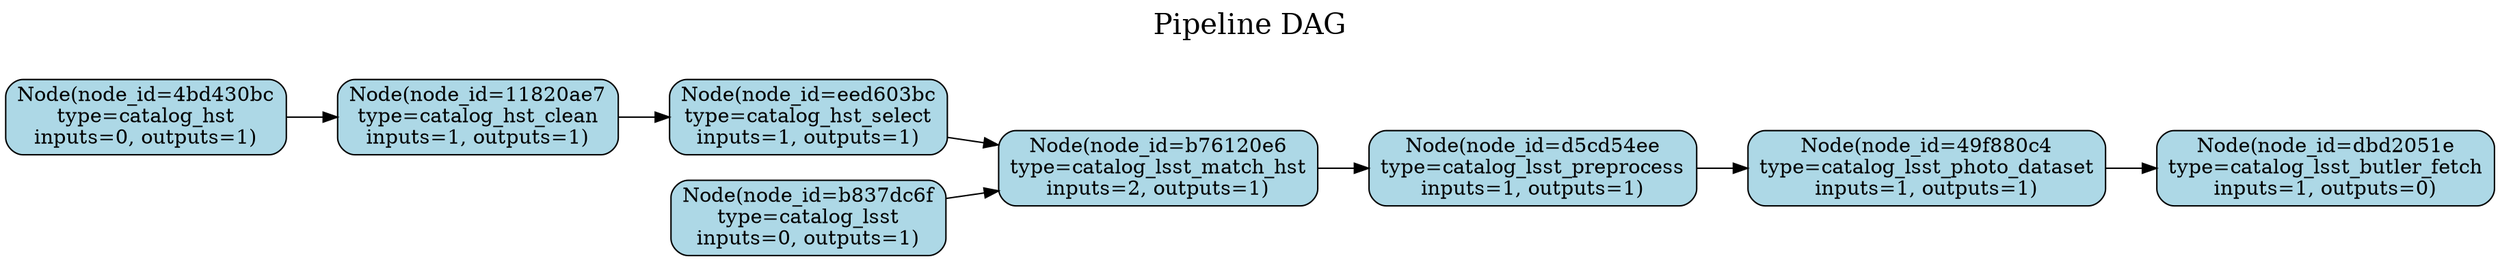
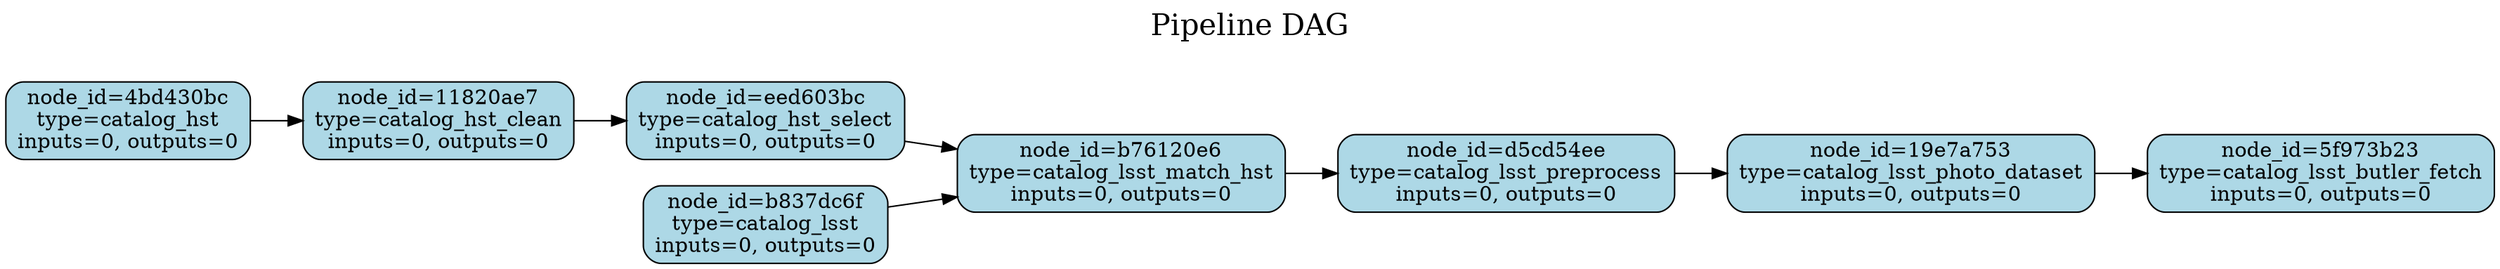
// Pipeline DAG
digraph {
	fontsize=20 label="Pipeline DAG
 " labelloc=t
	rankdir=LR
	node [fillcolor=lightblue shape=box style="filled,rounded"]
- 	"4bd430bc" [label="Node(node_id=4bd430bc
+ 	"4bd430bc" [label="node_id=4bd430bc
type=catalog_hst
- inputs=0, outputs=1)"]
- 	"11820ae7" [label="Node(node_id=11820ae7
+ inputs=0, outputs=0"]
+ 	"11820ae7" [label="node_id=11820ae7
type=catalog_hst_clean
- inputs=1, outputs=1)"]
- 	eed603bc [label="Node(node_id=eed603bc
+ inputs=0, outputs=0"]
+ 	eed603bc [label="node_id=eed603bc
type=catalog_hst_select
- inputs=1, outputs=1)"]
- 	b837dc6f [label="Node(node_id=b837dc6f
+ inputs=0, outputs=0"]
+ 	b837dc6f [label="node_id=b837dc6f
type=catalog_lsst
- inputs=0, outputs=1)"]
- 	b76120e6 [label="Node(node_id=b76120e6
+ inputs=0, outputs=0"]
+ 	b76120e6 [label="node_id=b76120e6
type=catalog_lsst_match_hst
- inputs=2, outputs=1)"]
- 	d5cd54ee [label="Node(node_id=d5cd54ee
+ inputs=0, outputs=0"]
+ 	d5cd54ee [label="node_id=d5cd54ee
type=catalog_lsst_preprocess
- inputs=1, outputs=1)"]
- 	"49f880c4" [label="Node(node_id=49f880c4
+ inputs=0, outputs=0"]
+ 	"19e7a753" [label="node_id=19e7a753
type=catalog_lsst_photo_dataset
- inputs=1, outputs=1)"]
- 	dbd2051e [label="Node(node_id=dbd2051e
+ inputs=0, outputs=0"]
+ 	"5f973b23" [label="node_id=5f973b23
type=catalog_lsst_butler_fetch
- inputs=1, outputs=0)"]
+ inputs=0, outputs=0"]
	"4bd430bc" -> "11820ae7"
	"11820ae7" -> eed603bc
	b837dc6f -> b76120e6
	eed603bc -> b76120e6
	b76120e6 -> d5cd54ee
- 	d5cd54ee -> "49f880c4"
- 	"49f880c4" -> dbd2051e
+ 	d5cd54ee -> "19e7a753"
+ 	"19e7a753" -> "5f973b23"
}
